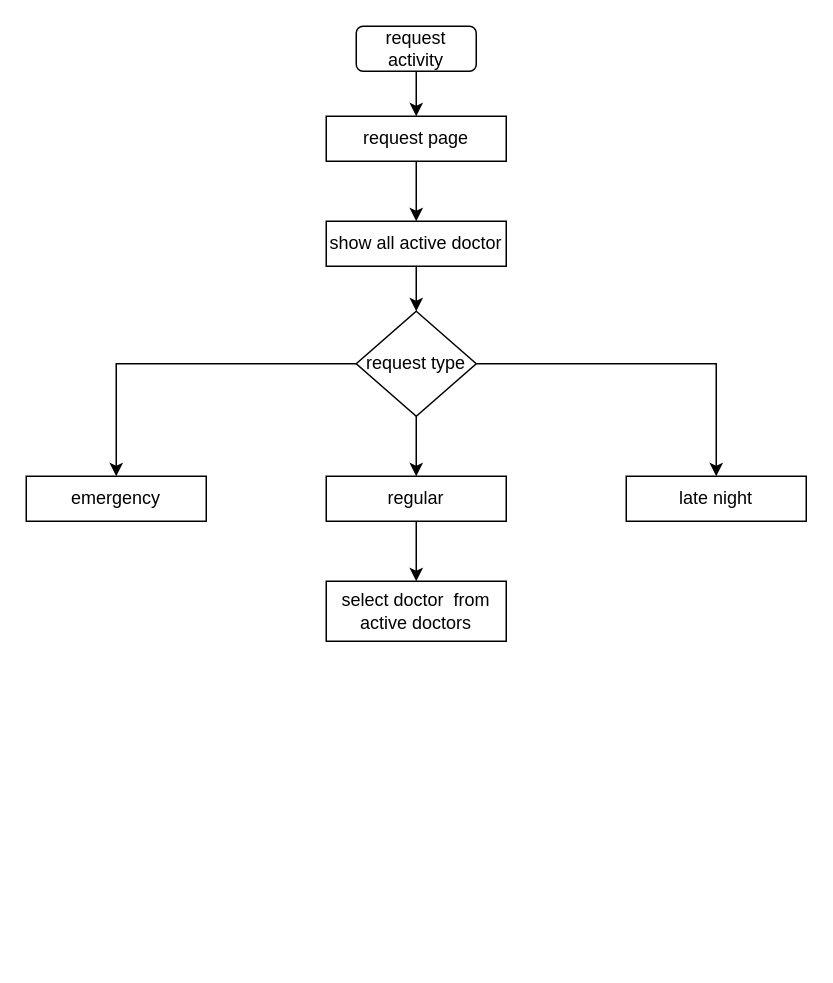
The draw.io diagram request activity.drawio in souravbiswassanto/Projects, before the edit. Source tidied: cells renumbered, new cells numbered last; positions are measured from the earlier drawing's top-left corner, leaving out a move shared by most shapes. Both pictures are drawn from the tidied source at 150%, with x=0, y=0 at pixel (26, 26).
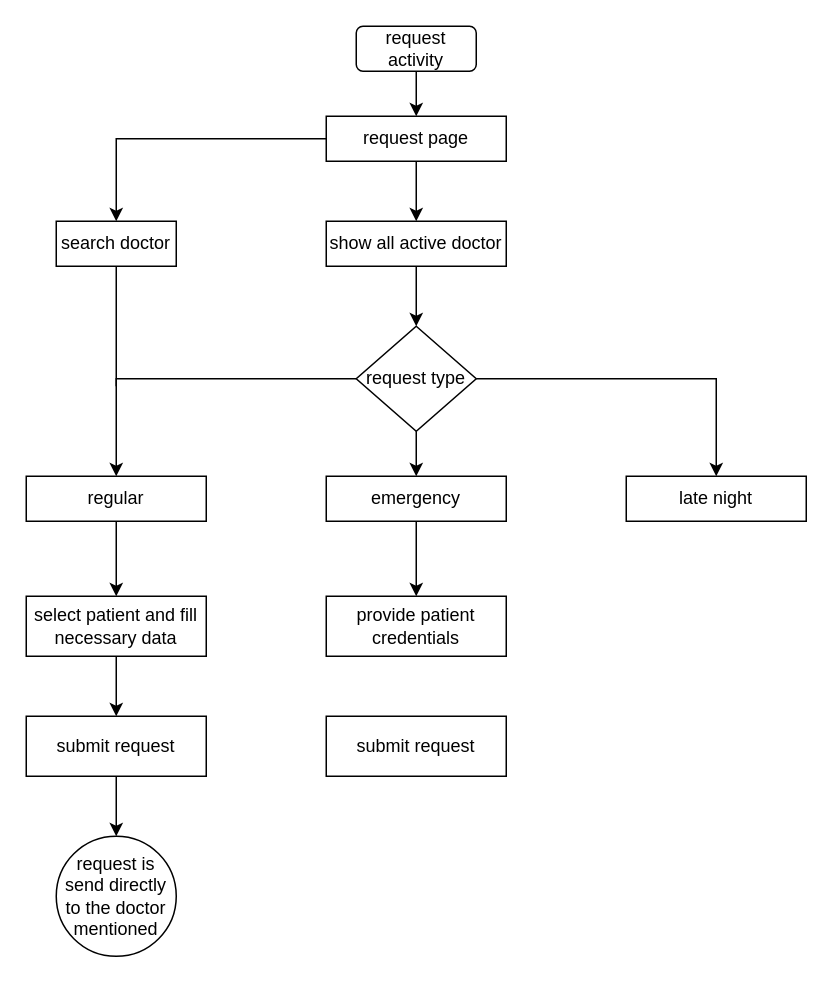
Above is the later version.

The change refers to these unchanged cells:
```xml
<mxCell id="5" value="request page" style="rounded=0;whiteSpace=wrap;html=1;" parent="1" vertex="1">
  <mxGeometry x="200" y="60" width="120" height="30" as="geometry" />
</mxCell>
```

The edit, as a diff of the source:
```diff
@@
+    <mxCell id="17" style="edgeStyle=orthogonalEdgeStyle;rounded=0;jettySize=auto;html=1;entryX=0.5;entryY=0;entryDx=0;entryDy=0;" parent="1" edge="1" source="5" target="19">
+      <mxGeometry relative="1" as="geometry" />
+    </mxCell>
@@
-    <mxCell id="9" value="regular" style="rounded=0;whiteSpace=wrap;html=1;" parent="1" vertex="1">
+    <mxCell id="9" value="emergency" style="rounded=0;whiteSpace=wrap;html=1;" parent="1" vertex="1">
       <mxGeometry x="200" y="300" width="120" height="30" as="geometry" />
     </mxCell>
@@
     <mxCell id="11" style="edgeStyle=orthogonalEdgeStyle;rounded=0;jettySize=auto;html=1;entryX=0.5;entryY=0;entryDx=0;entryDy=0;" parent="1" edge="1" source="13" target="15">
-      <mxGeometry relative="1" as="geometry" />
+      <mxGeometry relative="1" as="geometry">
+        <Array as="points">
+          <mxPoint x="60" y="235" />
+        </Array>
+      </mxGeometry>
     </mxCell>
@@
     <mxCell id="13" value="request type" style="rhombus;whiteSpace=wrap;html=1;" parent="1" vertex="1">
-      <mxGeometry x="220" y="190" width="80" height="70" as="geometry" />
+      <mxGeometry x="220" y="200" width="80" height="70" as="geometry" />
     </mxCell>
@@
+    <mxCell id="18" style="edgeStyle=orthogonalEdgeStyle;rounded=0;jettySize=auto;html=1;entryX=0.5;entryY=0;entryDx=0;entryDy=0;" parent="1" edge="1" source="15" target="22">
+      <mxGeometry relative="1" as="geometry" />
+    </mxCell>
-    <mxCell id="15" value="emergency" style="rounded=0;whiteSpace=wrap;html=1;" parent="1" vertex="1">
+    <mxCell id="15" value="regular" style="rounded=0;whiteSpace=wrap;html=1;" parent="1" vertex="1">
       <mxGeometry y="300" width="120" height="30" as="geometry" />
     </mxCell>
-    <mxCell id="16" value="select doctor&amp;nbsp; from active doctors" style="rounded=0;whiteSpace=wrap;html=1;" parent="1" vertex="1">
-      <mxGeometry x="200" y="370" width="120" height="40" as="geometry" />
+    <mxCell id="16" value="provide patient credentials" style="rounded=0;whiteSpace=wrap;html=1;" parent="1" vertex="1">
+      <mxGeometry x="200" y="380" width="120" height="40" as="geometry" />
     </mxCell>
+    <mxCell id="19" value="search doctor" style="rounded=0;whiteSpace=wrap;html=1;" parent="1" vertex="1">
+      <mxGeometry x="20" y="130" width="80" height="30" as="geometry" />
+    </mxCell>
+    <mxCell id="20" style="endArrow=none;html=1;rounded=0;entryX=0.5;entryY=1;entryDx=0;entryDy=0;" parent="1" edge="1" target="19">
+      <mxGeometry relative="1" as="geometry">
+        <mxPoint x="60" y="240" as="sourcePoint" />
+      </mxGeometry>
+    </mxCell>
+    <mxCell id="21" style="edgeStyle=orthogonalEdgeStyle;rounded=0;jettySize=auto;html=1;entryX=0.5;entryY=0;entryDx=0;entryDy=0;" parent="1" edge="1" source="22" target="24">
+      <mxGeometry relative="1" as="geometry" />
+    </mxCell>
+    <mxCell id="22" value="select patient and fill necessary data" style="rounded=0;whiteSpace=wrap;html=1;" parent="1" vertex="1">
+      <mxGeometry y="380" width="120" height="40" as="geometry" />
+    </mxCell>
+    <mxCell id="23" style="edgeStyle=orthogonalEdgeStyle;rounded=0;jettySize=auto;html=1;entryX=0.5;entryY=0;entryDx=0;entryDy=0;" parent="1" edge="1" source="24" target="25">
+      <mxGeometry relative="1" as="geometry" />
+    </mxCell>
+    <mxCell id="24" value="submit request" style="rounded=0;whiteSpace=wrap;html=1;" parent="1" vertex="1">
+      <mxGeometry y="460" width="120" height="40" as="geometry" />
+    </mxCell>
+    <mxCell id="25" value="request is send directly to the doctor mentioned" style="ellipse;whiteSpace=wrap;html=1;" parent="1" vertex="1">
+      <mxGeometry x="20" y="540" width="80" height="80" as="geometry" />
+    </mxCell>
+    <mxCell id="26" value="submit request" style="rounded=0;whiteSpace=wrap;html=1;" parent="1" vertex="1">
+      <mxGeometry x="200" y="460" width="120" height="40" as="geometry" />
+    </mxCell>
```
